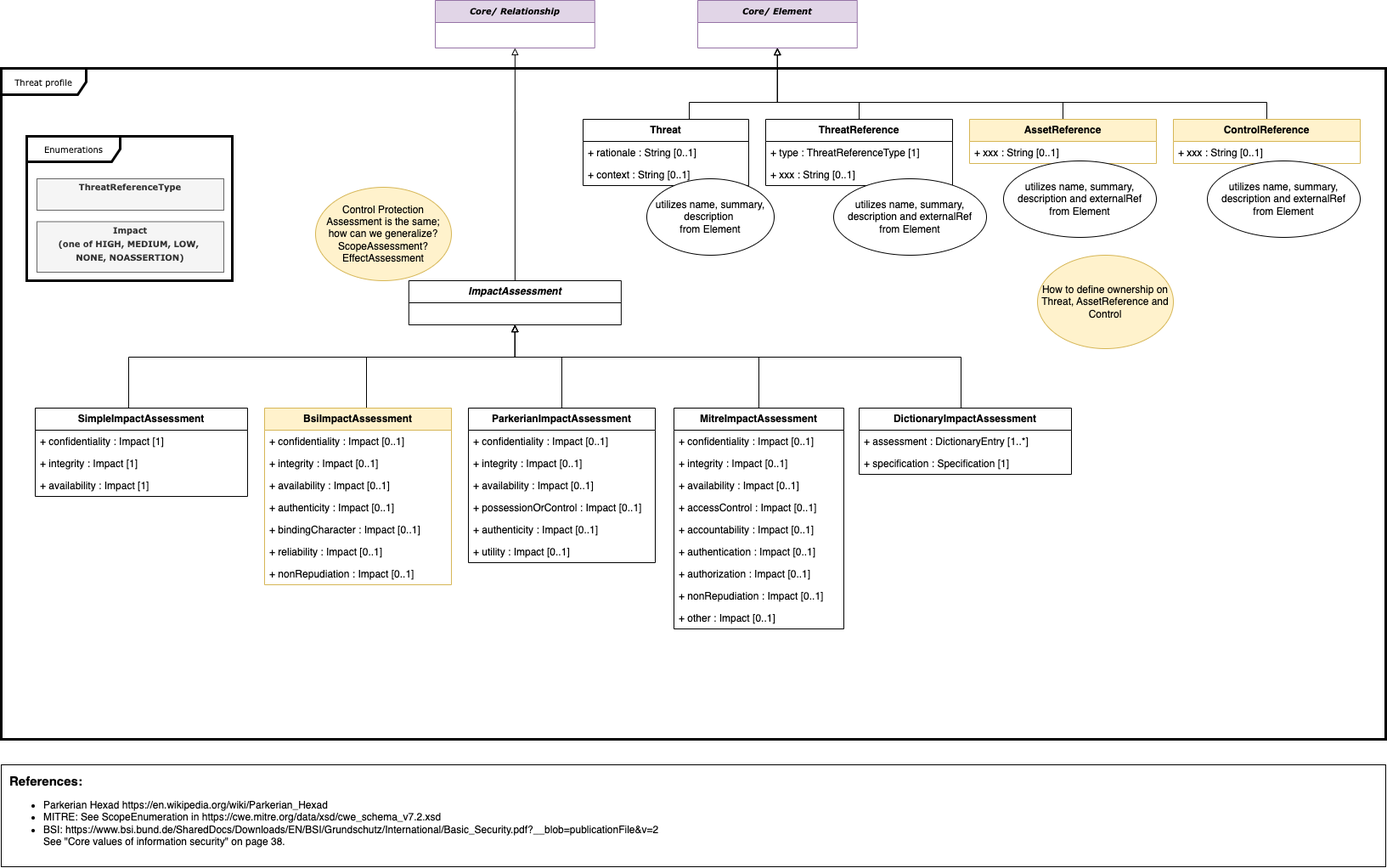
This is images/model-Threat.png from spdx/spdx-3-model, a draw.io export, as it was before one commit. Source tidied: cells renumbered, new cells last; positions are measured from the earlier drawing's top-left corner, leaving out a move shared by most shapes.
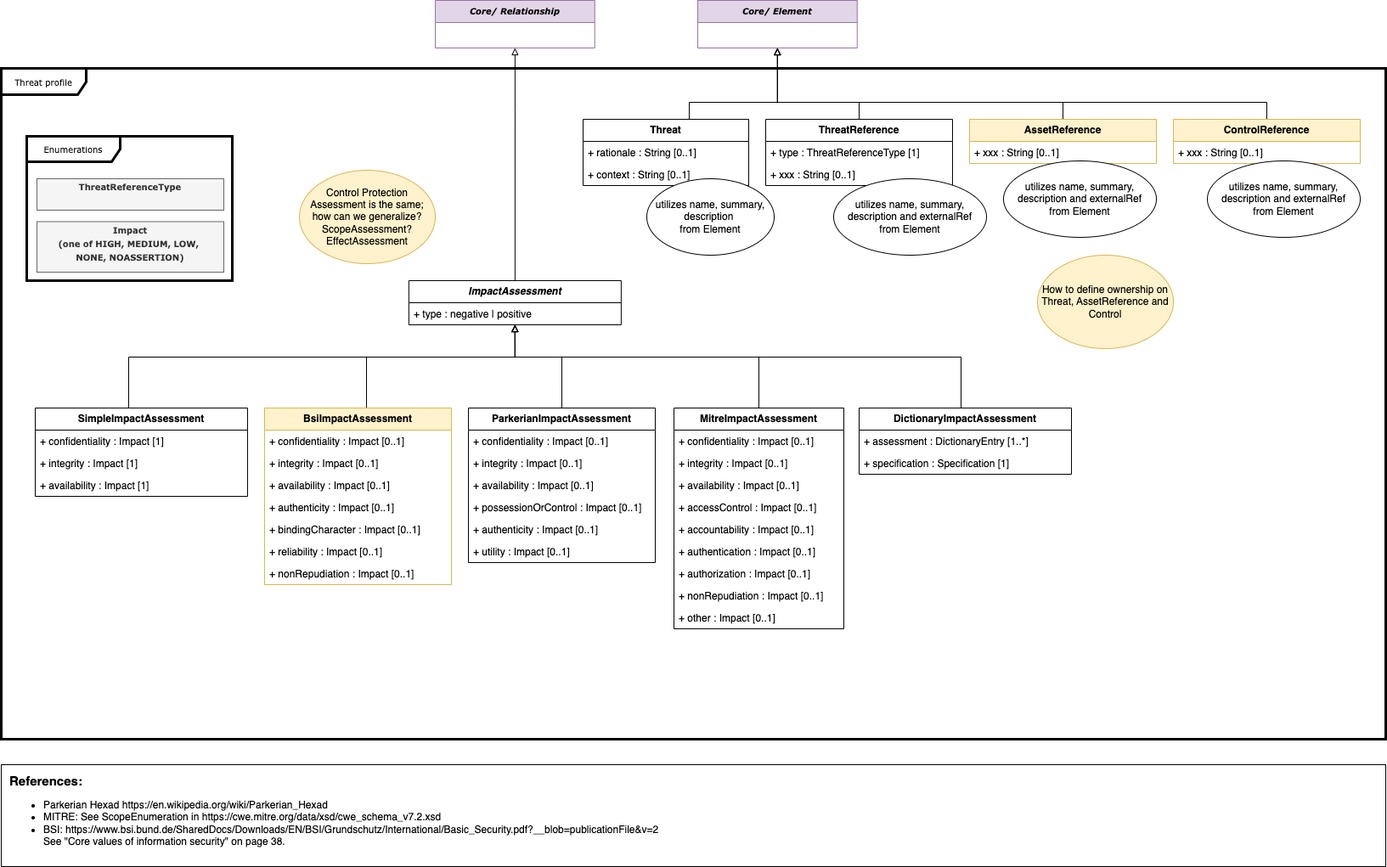
The same diagram one commit later.

What changed in the source:
```diff
@@ -60,6 +60,9 @@
     <mxCell id="17" value="&lt;b&gt;&lt;i&gt;ImpactAssessment&lt;/i&gt;&lt;/b&gt;" style="swimlane;fontStyle=0;horizontal=1;startSize=26;fillColor=none;whiteSpace=wrap;html=1;" parent="1" vertex="1">
       <mxGeometry x="479.9" y="330" width="250" height="52" as="geometry" />
     </mxCell>
+    <mxCell id="68" value="&lt;div&gt;+ type : negative | positive&lt;/div&gt;" style="text;strokeColor=none;fillColor=none;align=left;verticalAlign=top;spacingLeft=4;spacingRight=4;overflow=hidden;whiteSpace=wrap;html=1;" parent="17" vertex="1">
+      <mxGeometry y="26" width="250" height="26" as="geometry" />
+    </mxCell>
     <mxCell id="18" style="edgeStyle=orthogonalEdgeStyle;rounded=0;jettySize=auto;html=1;endArrow=block;endFill=0;exitX=0.5;exitY=0;exitDx=0;exitDy=0;entryX=0.5;entryY=1;entryDx=0;entryDy=0;" parent="1" edge="1" source="17" target="16">
       <mxGeometry relative="1" as="geometry">
         <Array as="points">
@@ -245,7 +248,7 @@
       <mxGeometry x="1420" y="189" width="180" height="90" as="geometry" />
     </mxCell>
     <mxCell id="66" value="Control Protection Assessment is the same; how can we generalize?&lt;br&gt;ScopeAssessment?&lt;br&gt;EffectAssessment" style="ellipse;whiteSpace=wrap;html=1;fillColor=#fff2cc;strokeColor=#d6b656;" parent="1" vertex="1">
-      <mxGeometry x="370" y="220" width="160" height="110" as="geometry" />
+      <mxGeometry x="351" y="200" width="160" height="110" as="geometry" />
     </mxCell>
     <mxCell id="67" value="How to define ownership on Threat, AssetReference and Control" style="ellipse;whiteSpace=wrap;html=1;fillColor=#fff2cc;strokeColor=#d6b656;" parent="1" vertex="1">
       <mxGeometry x="1220" y="300" width="160" height="110" as="geometry" />
```
